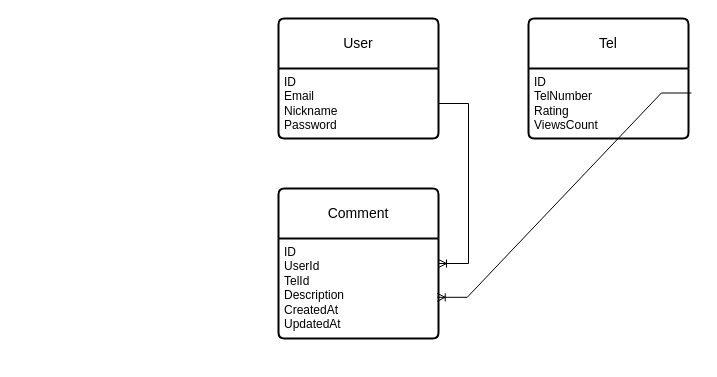
Before: db-diagram.drawio in Lokusok/express-who-call, a draw.io diagram. Source tidied: cells renumbered, new cells numbered last; positions are measured from the earlier drawing's top-left corner, leaving out a move shared by most shapes. Both pictures are drawn from the tidied source at 100%, with x=0, y=0 at pixel (278, 18).
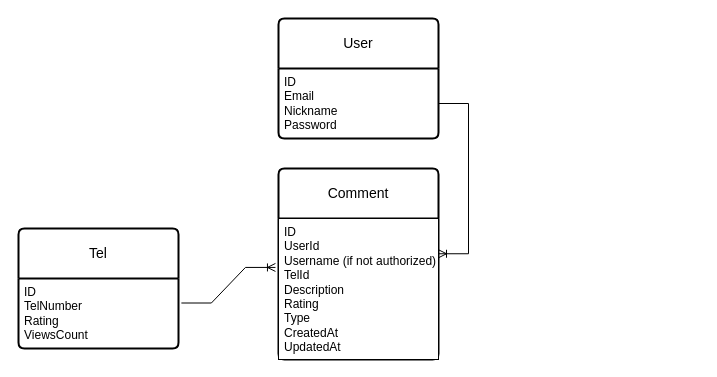
The same diagram, later.

The edit, as a diff of the source:
```diff
@@
 <mxGraphModel>
   <root>
     <mxCell id="0" />
     <mxCell id="1" parent="0" />
     <mxCell id="2" value="User" style="swimlane;horizontal=1;startSize=50;rounded=1;fontSize=14;fontStyle=0;strokeWidth=2;shadow=0;dashed=0;align=center;arcSize=4;whiteSpace=wrap;html=1;" parent="1" vertex="1">
       <mxGeometry width="160" height="120" as="geometry" />
     </mxCell>
     <mxCell id="3" value="ID&lt;br&gt;Email&lt;br&gt;Nickname&lt;br&gt;Password" style="align=left;strokeColor=none;fillColor=none;spacingLeft=4;fontSize=12;verticalAlign=top;html=1;" parent="2" vertex="1">
       <mxGeometry y="50" width="160" height="70" as="geometry" />
     </mxCell>
     <mxCell id="4" value="Tel" style="swimlane;horizontal=1;startSize=50;rounded=1;fontSize=14;fontStyle=0;strokeWidth=2;shadow=0;dashed=0;align=center;arcSize=4;whiteSpace=wrap;html=1;" parent="1" vertex="1">
-      <mxGeometry x="250" width="160" height="120" as="geometry" />
+      <mxGeometry x="-260" y="210" width="160" height="120" as="geometry" />
     </mxCell>
     <mxCell id="5" value="ID&lt;br&gt;TelNumber&lt;br&gt;Rating&lt;br&gt;ViewsCount" style="align=left;strokeColor=none;fillColor=none;spacingLeft=4;fontSize=12;verticalAlign=top;html=1;" parent="4" vertex="1">
       <mxGeometry y="50" width="160" height="70" as="geometry" />
     </mxCell>
     <mxCell id="6" value="Comment" style="swimlane;horizontal=1;startSize=50;rounded=1;fontSize=14;fontStyle=0;strokeWidth=2;shadow=0;dashed=0;align=center;arcSize=4;whiteSpace=wrap;html=1;" parent="1" vertex="1">
-      <mxGeometry y="170" width="160" height="150" as="geometry" />
+      <mxGeometry y="150" width="160" height="191" as="geometry" />
     </mxCell>
-    <mxCell id="7" value="ID&lt;br&gt;UserId&lt;br&gt;TelId&lt;br&gt;Description&lt;br&gt;CreatedAt&lt;br&gt;UpdatedAt" style="align=left;strokeColor=none;fillColor=none;spacingLeft=4;fontSize=12;verticalAlign=top;html=1;" parent="6" vertex="1">
-      <mxGeometry y="50" width="160" height="100" as="geometry" />
+    <mxCell id="7" value="ID&lt;br&gt;UserId&lt;br&gt;Username (if not authorized)&lt;br&gt;TelId&lt;br&gt;Description&lt;br&gt;Rating&lt;br&gt;Type&lt;br&gt;CreatedAt&lt;br&gt;UpdatedAt" style="align=left;spacingLeft=4;fontSize=12;verticalAlign=top;html=1;" parent="6" vertex="1">
+      <mxGeometry y="50" width="160" height="141" as="geometry" />
     </mxCell>
     <mxCell id="8" style="edgeStyle=entityRelationEdgeStyle;fontSize=12;html=1;endArrow=ERoneToMany;rounded=0;exitX=1;exitY=0.5;exitDx=0;exitDy=0;entryX=1;entryY=0.25;entryDx=0;entryDy=0;" parent="1" edge="1" source="3" target="7">
-      <mxGeometry relative="1" as="geometry" />
+      <mxGeometry relative="1" as="geometry">
+        <Array as="points">
+          <mxPoint x="150" y="130" />
+        </Array>
+      </mxGeometry>
     </mxCell>
-    <mxCell id="9" style="edgeStyle=entityRelationEdgeStyle;fontSize=12;html=1;endArrow=ERoneToMany;rounded=0;exitX=1.018;exitY=0.35;exitDx=0;exitDy=0;exitPerimeter=0;entryX=0.992;entryY=0.588;entryDx=0;entryDy=0;entryPerimeter=0;" parent="1" edge="1" source="5" target="7">
+    <mxCell id="9" style="edgeStyle=entityRelationEdgeStyle;fontSize=12;html=1;endArrow=ERoneToMany;rounded=0;exitX=1.018;exitY=0.35;exitDx=0;exitDy=0;exitPerimeter=0;entryX=-0.019;entryY=0.347;entryDx=0;entryDy=0;entryPerimeter=0;" parent="1" edge="1" source="5" target="7">
       <mxGeometry relative="1" as="geometry" />
     </mxCell>
   </root>
 </mxGraphModel>
```
